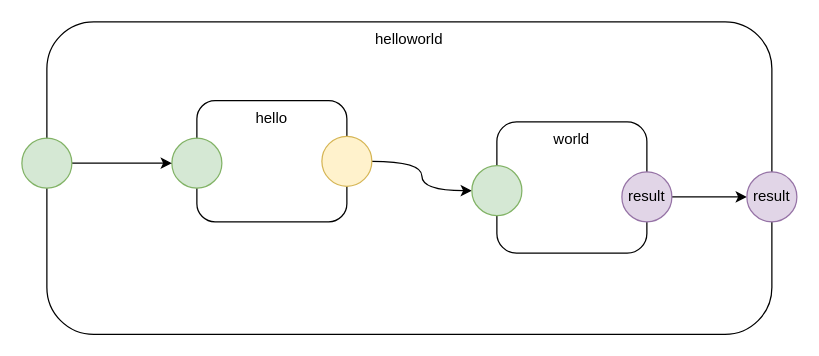
This is page "helloworld6" (2 of 6) of helloworld.drawio from guitarvydas/asc2, a draw.io file, before an edit. Source tidied: cells renumbered, new cells numbered last; positions are measured from the earlier drawing's top-left corner, leaving out a move shared by most shapes. Both pictures are drawn from the tidied source at 125%, with x=0, y=0 at pixel (21, 21).
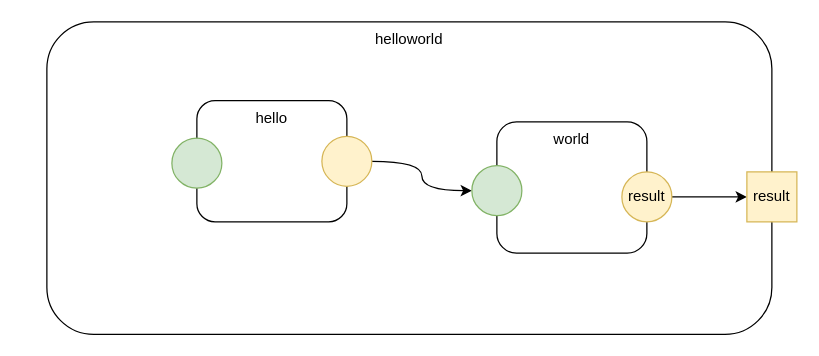
The same page after the edit.

Change to the diagram source:
```diff
@@
 <mxGraphModel>
   <root>
     <mxCell id="0" />
     <mxCell id="1" parent="0" />
     <mxCell id="2" value="helloworld" style="rounded=1;whiteSpace=wrap;html=1;verticalAlign=top;" parent="1" vertex="1">
       <mxGeometry x="20" width="580" height="250" as="geometry" />
     </mxCell>
     <mxCell id="3" value="hello" style="rounded=1;whiteSpace=wrap;html=1;verticalAlign=top;" parent="1" vertex="1">
       <mxGeometry x="140" y="63" width="120" height="97" as="geometry" />
     </mxCell>
     <mxCell id="4" style="edgeStyle=orthogonalEdgeStyle;curved=1;jettySize=auto;html=1;exitX=1;exitY=0.5;exitDx=0;exitDy=0;entryX=0;entryY=0.5;entryDx=0;entryDy=0;" parent="1" edge="1" source="5" target="7">
       <mxGeometry relative="1" as="geometry" />
     </mxCell>
     <mxCell id="5" style="ellipse;whiteSpace=wrap;html=1;fillColor=#fff2cc;strokeColor=#d6b656;" parent="1" vertex="1">
       <mxGeometry x="240" y="91.5" width="40" height="40" as="geometry" />
     </mxCell>
     <mxCell id="6" value="world" style="rounded=1;whiteSpace=wrap;html=1;verticalAlign=top;" parent="1" vertex="1">
       <mxGeometry x="380" y="80" width="120" height="105" as="geometry" />
     </mxCell>
     <mxCell id="7" style="ellipse;whiteSpace=wrap;html=1;fillColor=#d5e8d4;strokeColor=#82b366;" parent="1" vertex="1">
       <mxGeometry x="360" y="115" width="40" height="40" as="geometry" />
     </mxCell>
     <mxCell id="8" style="edgeStyle=orthogonalEdgeStyle;curved=1;orthogonalLoop=1;jettySize=auto;html=1;exitX=0.5;exitY=1;exitDx=0;exitDy=0;" parent="1" edge="1" source="6" target="6">
       <mxGeometry relative="1" as="geometry" />
     </mxCell>
     <mxCell id="9" style="ellipse;whiteSpace=wrap;html=1;fillColor=#d5e8d4;strokeColor=#82b366;" parent="1" vertex="1">
       <mxGeometry x="120" y="93" width="40" height="40" as="geometry" />
     </mxCell>
-    <mxCell id="10" style="edgeStyle=orthogonalEdgeStyle;curved=1;jettySize=auto;html=1;exitX=1;exitY=0.5;exitDx=0;exitDy=0;entryX=0;entryY=0.5;entryDx=0;entryDy=0;" parent="1" edge="1" source="11" target="9">
-      <mxGeometry relative="1" as="geometry" />
-    </mxCell>
-    <mxCell id="11" style="ellipse;whiteSpace=wrap;html=1;fillColor=#d5e8d4;strokeColor=#82b366;" parent="1" vertex="1">
-      <mxGeometry y="93" width="40" height="40" as="geometry" />
-    </mxCell>
     <mxCell id="12" style="edgeStyle=orthogonalEdgeStyle;rounded=0;jettySize=auto;html=1;exitX=1;exitY=0.5;exitDx=0;exitDy=0;entryX=0;entryY=0.5;entryDx=0;entryDy=0;" parent="1" edge="1" source="13" target="14">
       <mxGeometry relative="1" as="geometry" />
     </mxCell>
-    <mxCell id="13" value="result" style="ellipse;whiteSpace=wrap;html=1;fillColor=#e1d5e7;strokeColor=#9673a6;" parent="1" vertex="1">
+    <mxCell id="13" value="result" style="ellipse;whiteSpace=wrap;html=1;fillColor=#fff2cc;strokeColor=#d6b656;" parent="1" vertex="1">
       <mxGeometry x="480" y="120" width="40" height="40" as="geometry" />
     </mxCell>
-    <mxCell id="14" value="result" style="ellipse;whiteSpace=wrap;html=1;fillColor=#e1d5e7;strokeColor=#9673a6;" parent="1" vertex="1">
+    <mxCell id="14" value="result" style="whiteSpace=wrap;html=1;shadow=0;strokeWidth=1;fillColor=#fff2cc;strokeColor=#d6b656;" parent="1" vertex="1">
       <mxGeometry x="580" y="120" width="40" height="40" as="geometry" />
     </mxCell>
   </root>
 </mxGraphModel>
```
